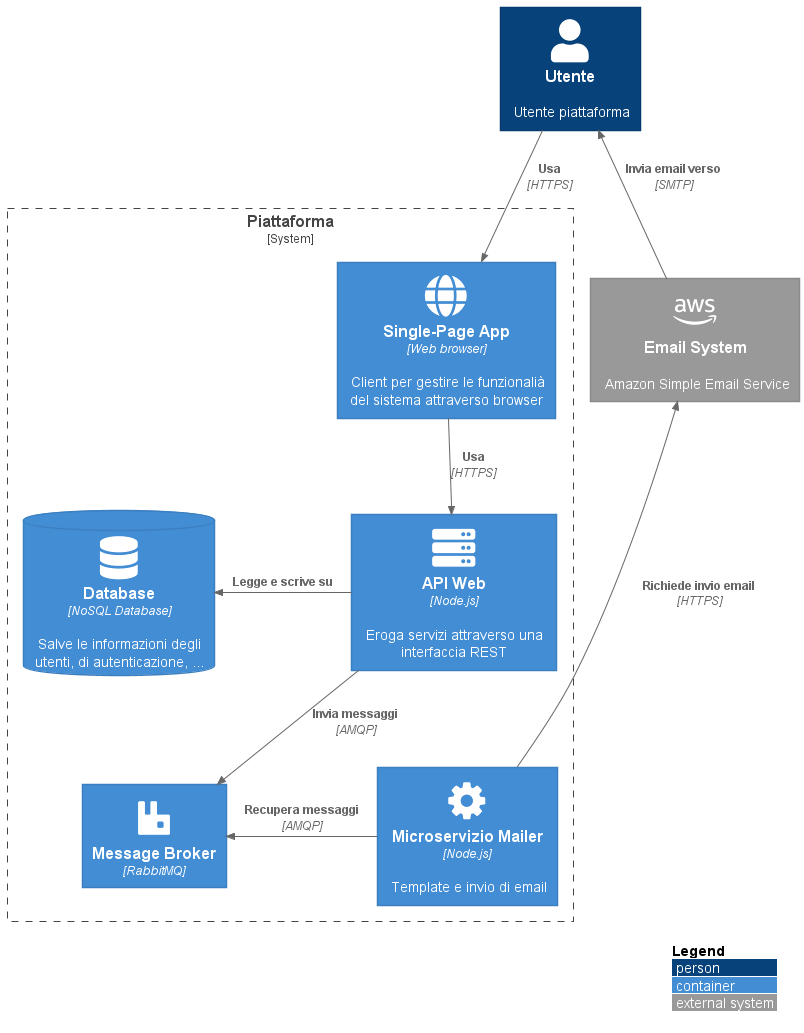
Above: out/assets/container-diagram-generale/container-diagram-generale.png in sir3mat/tesi (PlantUML), before the change.
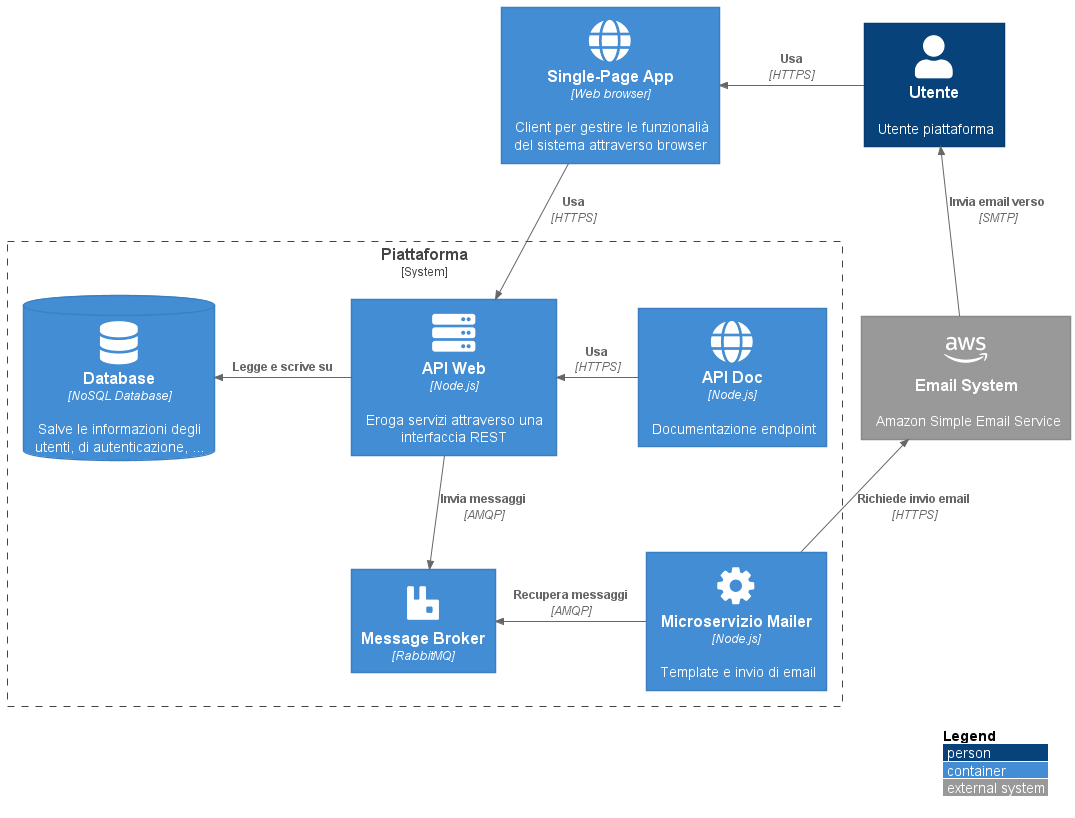
The same diagram one commit later.

Diff of the diagram source:
```diff
@@ -20,19 +20,23 @@
 Person(customer, "Utente", "Utente piattaforma")
 
 System_Boundary(c1, "Piattaforma") {
-    Container(spa, "Single-Page App", "Web browser", "Client per gestire le funzionalià del sistema attraverso browser","globe")
     Container(backend_api, "API Web", "Node.js", "Eroga servizi attraverso una interfaccia REST", "server")
+    Container(doc, "API Doc", "Node.js", "Documentazione endpoint","globe")
     Container(rabbit, "Message Broker","RabbitMQ","","rabbitmq")
     Container(mailer, "Microservizio Mailer","Node.js", "Template e invio di email","gear")
     ContainerDb(mongo, "Database", "NoSQL Database", "Salve le informazioni degli utenti, di autenticazione, ...", "database")
 }
 
+Container(spa, "Single-Page App", "Web browser", "Client per gestire le funzionalià del sistema attraverso browser","globe")
+
 System_Ext(ses, "Email System", "Amazon Simple Email Service","aws")
 
-Rel(customer, spa, "Usa", "HTTPS")
+Rel_L(customer, spa, "Usa", "HTTPS")
 
-Rel(spa, backend_api, "Usa", "HTTPS")
+Rel_D(spa, backend_api, "Usa", "HTTPS")
 Rel_Back_Neighbor(mongo,backend_api, "Legge e scrive su")
+Rel_L(doc,backend_api, "Usa", "HTTPS")
+
 Rel_D(backend_api, rabbit,"Invia messaggi", "AMQP")
 Rel_L(mailer, rabbit,"Recupera messaggi", "AMQP")
 Rel_U(mailer, ses, "Richiede invio email", "HTTPS")
```
